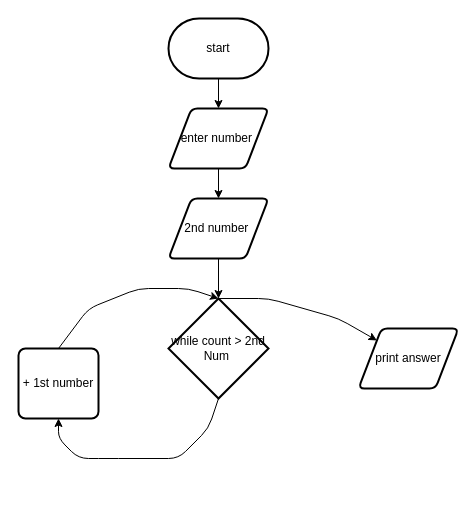
The draw.io diagram design/flowchart.drawio in sophie-nguyen-0/ICS2O-unit5-06-loops, before the edit. Source tidied: cells renumbered, new cells numbered last; positions are measured from the earlier drawing's top-left corner, leaving out a move shared by most shapes. Both pictures are drawn from the tidied source at 100%, with x=0, y=0 at pixel (18, 18).
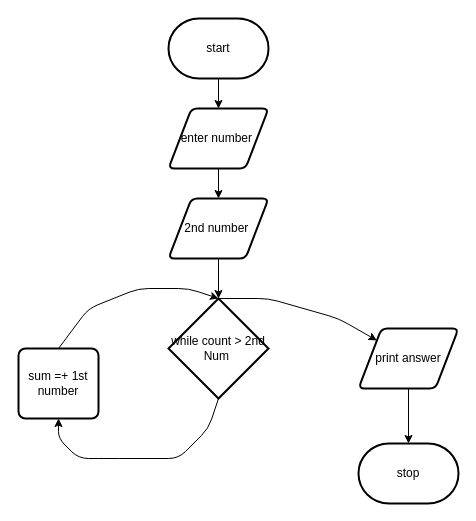
The same diagram, later.

The change refers to these unchanged cells:
```xml
<mxCell id="13" value="print answer" style="shape=parallelogram;html=1;strokeWidth=2;perimeter=parallelogramPerimeter;whiteSpace=wrap;rounded=1;arcSize=12;size=0.23;" parent="1" vertex="1">
  <mxGeometry x="340" y="310" width="100" height="60" as="geometry" />
</mxCell>
```

Diff of the diagram source:
```diff
@@
-    <mxCell id="12" value="+ 1st number" style="rounded=1;whiteSpace=wrap;html=1;absoluteArcSize=1;arcSize=14;strokeWidth=2;" parent="1" vertex="1">
+    <mxCell id="12" value="sum =+ 1st number" style="rounded=1;whiteSpace=wrap;html=1;absoluteArcSize=1;arcSize=14;strokeWidth=2;" parent="1" vertex="1">
       <mxGeometry y="330" width="80" height="70" as="geometry" />
     </mxCell>
+    <mxCell id="14" style="edgeStyle=none;html=1;" parent="1" edge="1" source="13" target="15">
+      <mxGeometry relative="1" as="geometry" />
+    </mxCell>
@@
+    <mxCell id="15" value="stop" style="strokeWidth=2;html=1;shape=mxgraph.flowchart.terminator;whiteSpace=wrap;" parent="1" vertex="1">
+      <mxGeometry x="340" y="425" width="100" height="60" as="geometry" />
+    </mxCell>
```
